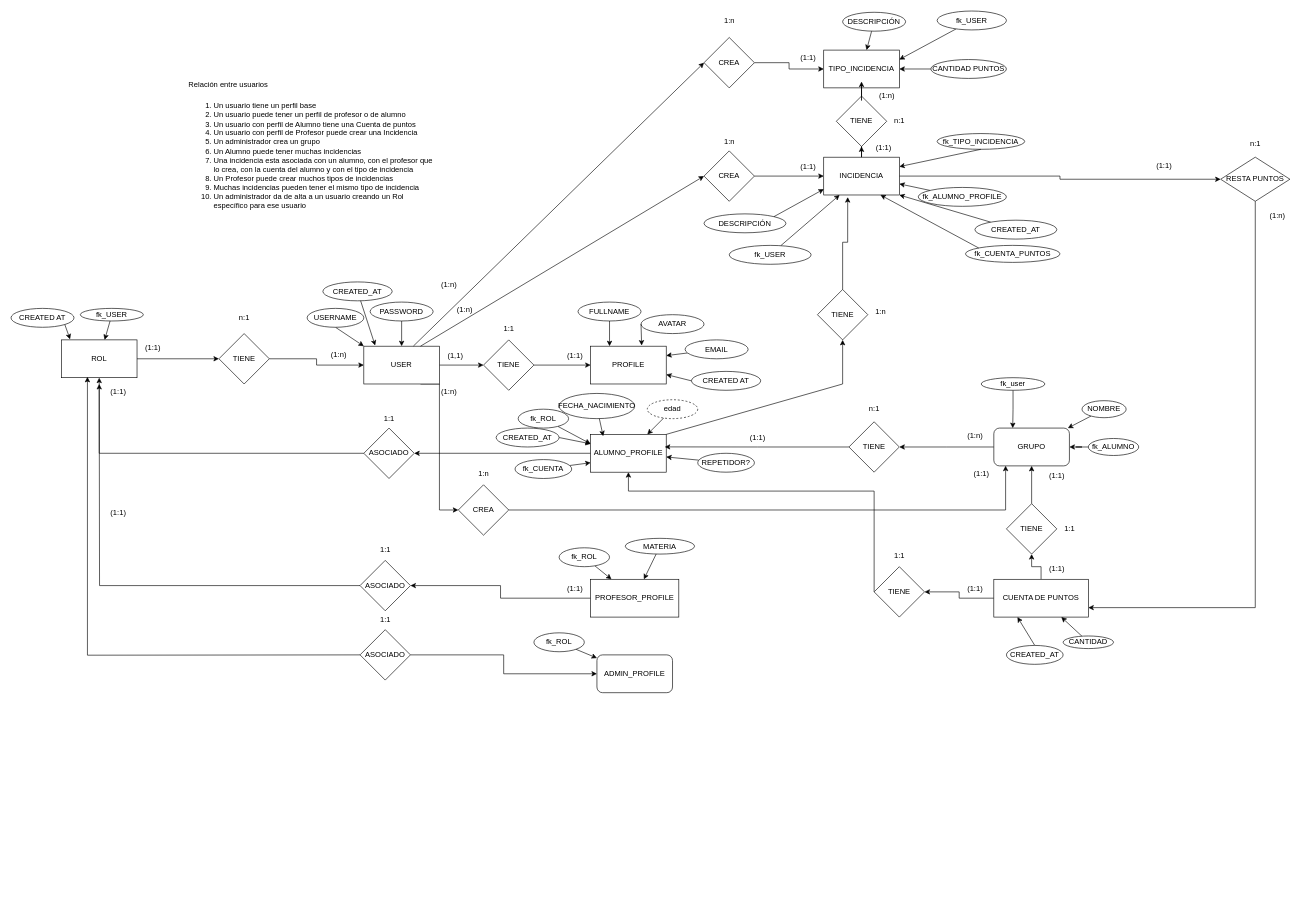
V4l3ntino/api-carnet-puntos keeps this draw.io diagram as DIAGRAMA-CARNET-PUNTOS.drawio. Above is the earlier version. Source tidied: cells renumbered, new cells numbered last; positions are measured from the earlier drawing's top-left corner, leaving out a move shared by most shapes. Both pictures are drawn from the tidied source at 63%, with x=0, y=0 at pixel (11, 11).
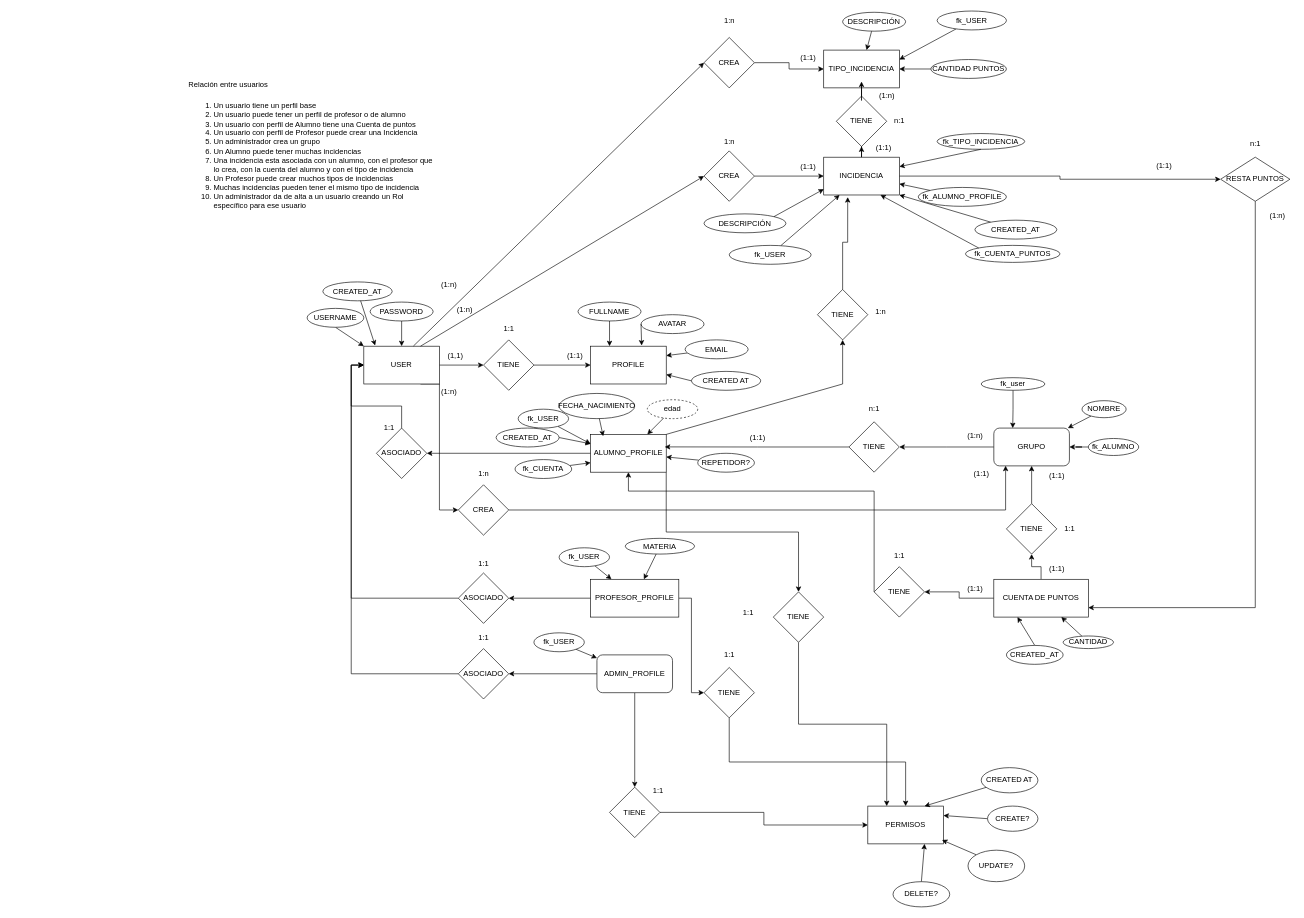
Above is the later version.

Commit message:
Elimino la tabla Rol porque sobra

The change refers to these unchanged cells:
```xml
<mxCell id="5" value="USER" style="whiteSpace=wrap;html=1;" parent="1" vertex="1">
  <mxGeometry x="560" y="532" width="120" height="60" as="geometry" />
</mxCell>
<mxCell id="35" value="ALUMNO_PROFILE" style="whiteSpace=wrap;html=1;" parent="1" vertex="1">
  <mxGeometry x="920" y="672" width="120" height="60" as="geometry" />
</mxCell>
<mxCell id="37" value="PROFESOR_PROFILE" style="whiteSpace=wrap;html=1;" parent="1" vertex="1">
  <mxGeometry x="920" y="902" width="140" height="60" as="geometry" />
</mxCell>
<mxCell id="57" value="ADMIN_PROFILE" style="rounded=1;whiteSpace=wrap;html=1;" parent="1" vertex="1">
  <mxGeometry x="930" y="1022" width="120" height="60" as="geometry" />
</mxCell>
```

Diff of the diagram source:
```diff
@@
-    <mxCell id="22" style="edgeStyle=orthogonalEdgeStyle;rounded=0;jettySize=auto;html=1;exitX=1;exitY=0.5;exitDx=0;exitDy=0;entryX=0;entryY=0.5;entryDx=0;entryDy=0;" parent="1" edge="1" source="23" target="5">
-      <mxGeometry relative="1" as="geometry" />
-    </mxCell>
-    <mxCell id="23" value="TIENE" style="rhombus;whiteSpace=wrap;html=1;" parent="1" vertex="1">
-      <mxGeometry x="330" y="512" width="80" height="80" as="geometry" />
-    </mxCell>
-    <mxCell id="24" style="edgeStyle=orthogonalEdgeStyle;rounded=0;jettySize=auto;html=1;exitX=1;exitY=0.5;exitDx=0;exitDy=0;entryX=0;entryY=0.5;entryDx=0;entryDy=0;" parent="1" edge="1" source="25" target="23">
-      <mxGeometry relative="1" as="geometry" />
-    </mxCell>
-    <mxCell id="25" value="ROL" style="whiteSpace=wrap;html=1;" parent="1" vertex="1">
-      <mxGeometry x="80" y="522" width="120" height="60" as="geometry" />
-    </mxCell>
-    <mxCell id="26" value="CREATED AT" style="ellipse;whiteSpace=wrap;html=1;" parent="1" vertex="1">
-      <mxGeometry y="472" width="100" height="30" as="geometry" />
-    </mxCell>
-    <mxCell id="27" value="(1:1)" style="text;html=1;align=center;verticalAlign=middle;strokeColor=none;fillColor=none;" parent="1" vertex="1">
-      <mxGeometry x="200" y="520" width="50" height="30" as="geometry" />
-    </mxCell>
-    <mxCell id="28" value="(1:n)" style="text;html=1;align=center;verticalAlign=middle;strokeColor=none;fillColor=none;" parent="1" vertex="1">
-      <mxGeometry x="495" y="530" width="50" height="30" as="geometry" />
-    </mxCell>
-    <mxCell id="29" value="n:1" style="text;html=1;align=center;verticalAlign=middle;strokeColor=none;fillColor=none;" parent="1" vertex="1">
-      <mxGeometry x="350" y="472" width="40" height="30" as="geometry" />
-    </mxCell>
-    <mxCell id="30" style="rounded=0;jettySize=auto;html=1;" parent="1" edge="1" source="31" target="25">
-      <mxGeometry relative="1" as="geometry" />
-    </mxCell>
-    <mxCell id="31" value="fk_USER" style="ellipse;whiteSpace=wrap;html=1;" parent="1" vertex="1">
-      <mxGeometry x="110" y="472" width="100" height="20" as="geometry" />
-    </mxCell>
-    <mxCell id="32" style="rounded=0;jettySize=auto;html=1;exitX=1;exitY=1;exitDx=0;exitDy=0;entryX=0.115;entryY=-0.015;entryDx=0;entryDy=0;entryPerimeter=0;" parent="1" edge="1" source="26" target="25">
-      <mxGeometry relative="1" as="geometry" />
-    </mxCell>
-    <mxCell id="33" style="edgeStyle=orthogonalEdgeStyle;rounded=0;jettySize=auto;html=1;entryX=1;entryY=0.5;entryDx=0;entryDy=0;" parent="1" edge="1" source="35" target="39">
-      <mxGeometry relative="1" as="geometry" />
-    </mxCell>
@@
+    <mxCell id="156" style="edgeStyle=orthogonalEdgeStyle;rounded=0;jettySize=auto;html=1;exitX=1;exitY=1;exitDx=0;exitDy=0;entryX=0.5;entryY=0;entryDx=0;entryDy=0;" parent="1" edge="1" source="35" target="176">
+      <mxGeometry relative="1" as="geometry" />
+    </mxCell>
+    <mxCell id="157" style="edgeStyle=orthogonalEdgeStyle;rounded=0;jettySize=auto;html=1;entryX=1;entryY=0.5;entryDx=0;entryDy=0;" parent="1" edge="1" source="35" target="180">
+      <mxGeometry relative="1" as="geometry" />
+    </mxCell>
@@
-    <mxCell id="36" style="edgeStyle=orthogonalEdgeStyle;rounded=0;jettySize=auto;html=1;entryX=1;entryY=0.5;entryDx=0;entryDy=0;" parent="1" edge="1" source="37" target="41">
-      <mxGeometry relative="1" as="geometry" />
-    </mxCell>
+    <mxCell id="158" style="edgeStyle=orthogonalEdgeStyle;rounded=0;jettySize=auto;html=1;exitX=1;exitY=0.5;exitDx=0;exitDy=0;entryX=0;entryY=0.5;entryDx=0;entryDy=0;" parent="1" edge="1" source="37" target="173">
+      <mxGeometry relative="1" as="geometry" />
+    </mxCell>
+    <mxCell id="159" style="edgeStyle=orthogonalEdgeStyle;rounded=0;jettySize=auto;html=1;entryX=1;entryY=0.5;entryDx=0;entryDy=0;" parent="1" edge="1" source="37" target="183">
+      <mxGeometry relative="1" as="geometry" />
+    </mxCell>
@@
-    <mxCell id="38" style="edgeStyle=orthogonalEdgeStyle;rounded=0;jettySize=auto;html=1;entryX=0.5;entryY=1;entryDx=0;entryDy=0;" parent="1" edge="1" source="39" target="25">
-      <mxGeometry relative="1" as="geometry" />
-    </mxCell>
-    <mxCell id="39" value="ASOCIADO" style="rhombus;whiteSpace=wrap;html=1;" parent="1" vertex="1">
-      <mxGeometry x="560" y="662" width="80" height="80" as="geometry" />
-    </mxCell>
-    <mxCell id="40" style="edgeStyle=orthogonalEdgeStyle;rounded=0;jettySize=auto;html=1;" parent="1" edge="1" source="41">
-      <mxGeometry relative="1" as="geometry">
-        <mxPoint x="140" y="592" as="targetPoint" />
-      </mxGeometry>
-    </mxCell>
-    <mxCell id="41" value="ASOCIADO" style="rhombus;whiteSpace=wrap;html=1;" parent="1" vertex="1">
-      <mxGeometry x="554" y="872" width="80" height="80" as="geometry" />
-    </mxCell>
-    <mxCell id="42" value="(1:1)" style="text;html=1;align=center;verticalAlign=middle;strokeColor=none;fillColor=none;" parent="1" vertex="1">
-      <mxGeometry x="145" y="590" width="50" height="30" as="geometry" />
-    </mxCell>
-    <mxCell id="43" value="1:1" style="text;html=1;align=center;verticalAlign=middle;strokeColor=none;fillColor=none;" parent="1" vertex="1">
-      <mxGeometry x="580" y="632" width="40" height="30" as="geometry" />
-    </mxCell>
-    <mxCell id="44" value="(1:1)" style="text;html=1;align=center;verticalAlign=middle;strokeColor=none;fillColor=none;" parent="1" vertex="1">
-      <mxGeometry x="145" y="782" width="50" height="30" as="geometry" />
-    </mxCell>
-    <mxCell id="45" value="(1:1)" style="text;html=1;align=center;verticalAlign=middle;strokeColor=none;fillColor=none;" parent="1" vertex="1">
-      <mxGeometry x="870" y="902" width="50" height="30" as="geometry" />
-    </mxCell>
-    <mxCell id="46" value="1:1" style="text;html=1;align=center;verticalAlign=middle;strokeColor=none;fillColor=none;" parent="1" vertex="1">
-      <mxGeometry x="574" y="840" width="40" height="30" as="geometry" />
-    </mxCell>
@@
-    <mxCell id="48" value="fk_ROL" style="ellipse;whiteSpace=wrap;html=1;" parent="1" vertex="1">
+    <mxCell id="48" value="fk_USER" style="ellipse;whiteSpace=wrap;html=1;" parent="1" vertex="1">
       <mxGeometry x="805" y="632" width="80" height="30" as="geometry" />
     </mxCell>
@@
-    <mxCell id="50" value="fk_ROL" style="ellipse;whiteSpace=wrap;html=1;" parent="1" vertex="1">
+    <mxCell id="50" value="fk_USER" style="ellipse;whiteSpace=wrap;html=1;" parent="1" vertex="1">
       <mxGeometry x="870" y="852" width="80" height="30" as="geometry" />
     </mxCell>
@@
+    <mxCell id="160" style="edgeStyle=orthogonalEdgeStyle;rounded=0;jettySize=auto;html=1;exitX=0.5;exitY=1;exitDx=0;exitDy=0;entryX=0.5;entryY=0;entryDx=0;entryDy=0;" parent="1" edge="1" source="57" target="170">
+      <mxGeometry relative="1" as="geometry" />
+    </mxCell>
+    <mxCell id="161" style="edgeStyle=orthogonalEdgeStyle;rounded=0;jettySize=auto;html=1;entryX=1;entryY=0.5;entryDx=0;entryDy=0;" parent="1" edge="1" source="57" target="185">
+      <mxGeometry relative="1" as="geometry" />
+    </mxCell>
@@
-    <mxCell id="59" value="fk_ROL" style="ellipse;whiteSpace=wrap;html=1;" parent="1" vertex="1">
+    <mxCell id="59" value="fk_USER" style="ellipse;whiteSpace=wrap;html=1;" parent="1" vertex="1">
       <mxGeometry x="830" y="987" width="80" height="30" as="geometry" />
     </mxCell>
-    <mxCell id="60" style="edgeStyle=orthogonalEdgeStyle;rounded=0;jettySize=auto;html=1;entryX=0.344;entryY=0.979;entryDx=0;entryDy=0;entryPerimeter=0;" parent="1" edge="1" target="25">
-      <mxGeometry relative="1" as="geometry">
-        <mxPoint x="554" y="1022" as="sourcePoint" />
-      </mxGeometry>
-    </mxCell>
-    <mxCell id="61" style="edgeStyle=orthogonalEdgeStyle;rounded=0;jettySize=auto;html=1;entryX=0;entryY=0.5;entryDx=0;entryDy=0;" parent="1" edge="1" source="62" target="57">
-      <mxGeometry relative="1" as="geometry" />
-    </mxCell>
-    <mxCell id="62" value="ASOCIADO" style="rhombus;whiteSpace=wrap;html=1;" parent="1" vertex="1">
-      <mxGeometry x="554" y="982" width="80" height="80" as="geometry" />
-    </mxCell>
-    <mxCell id="63" value="1:1" style="text;html=1;align=center;verticalAlign=middle;strokeColor=none;fillColor=none;" parent="1" vertex="1">
-      <mxGeometry x="574" y="952" width="40" height="30" as="geometry" />
-    </mxCell>
@@
+    <mxCell id="162" value="PERMISOS" style="whiteSpace=wrap;html=1;" parent="1" vertex="1">
+      <mxGeometry x="1360" y="1262" width="120" height="60" as="geometry" />
+    </mxCell>
+    <mxCell id="163" style="rounded=0;jettySize=auto;html=1;exitX=0;exitY=0.5;exitDx=0;exitDy=0;entryX=1;entryY=0.25;entryDx=0;entryDy=0;" parent="1" edge="1" source="164" target="162">
+      <mxGeometry relative="1" as="geometry" />
+    </mxCell>
+    <mxCell id="164" value="CREATE?" style="ellipse;whiteSpace=wrap;html=1;" parent="1" vertex="1">
+      <mxGeometry x="1550" y="1262" width="80" height="40" as="geometry" />
+    </mxCell>
+    <mxCell id="165" style="rounded=0;jettySize=auto;html=1;exitX=0;exitY=0;exitDx=0;exitDy=0;entryX=0.982;entryY=0.898;entryDx=0;entryDy=0;entryPerimeter=0;" parent="1" edge="1" source="166" target="162">
+      <mxGeometry relative="1" as="geometry" />
+    </mxCell>
+    <mxCell id="166" value="UPDATE?" style="ellipse;whiteSpace=wrap;html=1;" parent="1" vertex="1">
+      <mxGeometry x="1519" y="1332" width="90" height="50" as="geometry" />
+    </mxCell>
+    <mxCell id="167" style="rounded=0;jettySize=auto;html=1;exitX=0.5;exitY=0;exitDx=0;exitDy=0;entryX=0.75;entryY=1;entryDx=0;entryDy=0;" parent="1" edge="1" source="168" target="162">
+      <mxGeometry relative="1" as="geometry" />
+    </mxCell>
+    <mxCell id="168" value="DELETE?" style="ellipse;whiteSpace=wrap;html=1;" parent="1" vertex="1">
+      <mxGeometry x="1400" y="1382" width="90" height="40" as="geometry" />
+    </mxCell>
+    <mxCell id="169" style="edgeStyle=orthogonalEdgeStyle;rounded=0;jettySize=auto;html=1;exitX=1;exitY=0.5;exitDx=0;exitDy=0;entryX=0;entryY=0.5;entryDx=0;entryDy=0;" parent="1" edge="1" source="170" target="162">
+      <mxGeometry relative="1" as="geometry" />
+    </mxCell>
+    <mxCell id="170" value="TIENE" style="rhombus;whiteSpace=wrap;html=1;" parent="1" vertex="1">
+      <mxGeometry x="950" y="1232" width="80" height="80" as="geometry" />
+    </mxCell>
+    <mxCell id="171" value="1:1" style="text;html=1;align=center;verticalAlign=middle;strokeColor=none;fillColor=none;" parent="1" vertex="1">
+      <mxGeometry x="1007" y="1222" width="40" height="30" as="geometry" />
+    </mxCell>
+    <mxCell id="172" style="edgeStyle=orthogonalEdgeStyle;rounded=0;jettySize=auto;html=1;exitX=0.5;exitY=1;exitDx=0;exitDy=0;entryX=0.5;entryY=0;entryDx=0;entryDy=0;" parent="1" edge="1" source="173" target="162">
+      <mxGeometry relative="1" as="geometry" />
+    </mxCell>
+    <mxCell id="173" value="TIENE" style="rhombus;whiteSpace=wrap;html=1;" parent="1" vertex="1">
+      <mxGeometry x="1100" y="1042" width="80" height="80" as="geometry" />
+    </mxCell>
+    <mxCell id="174" value="1:1" style="text;html=1;align=center;verticalAlign=middle;strokeColor=none;fillColor=none;" parent="1" vertex="1">
+      <mxGeometry x="1120" y="1007" width="40" height="30" as="geometry" />
+    </mxCell>
+    <mxCell id="175" style="edgeStyle=orthogonalEdgeStyle;rounded=0;jettySize=auto;html=1;exitX=0.5;exitY=1;exitDx=0;exitDy=0;entryX=0.25;entryY=0;entryDx=0;entryDy=0;" parent="1" edge="1" source="176" target="162">
+      <mxGeometry relative="1" as="geometry" />
+    </mxCell>
+    <mxCell id="176" value="TIENE" style="rhombus;whiteSpace=wrap;html=1;" parent="1" vertex="1">
+      <mxGeometry x="1210" y="922" width="80" height="80" as="geometry" />
+    </mxCell>
+    <mxCell id="177" value="1:1" style="text;html=1;align=center;verticalAlign=middle;strokeColor=none;fillColor=none;" parent="1" vertex="1">
+      <mxGeometry x="1150" y="940" width="40" height="30" as="geometry" />
+    </mxCell>
+    <mxCell id="178" style="rounded=0;jettySize=auto;html=1;entryX=0.75;entryY=0;entryDx=0;entryDy=0;" parent="1" edge="1" source="26" target="162">
+      <mxGeometry relative="1" as="geometry" />
+    </mxCell>
+    <mxCell id="26" value="CREATED AT" style="ellipse;whiteSpace=wrap;html=1;" parent="1" vertex="1">
+      <mxGeometry x="1540" y="1201" width="90" height="40" as="geometry" />
+    </mxCell>
+    <mxCell id="179" style="edgeStyle=orthogonalEdgeStyle;rounded=0;jettySize=auto;html=1;entryX=0;entryY=0.5;entryDx=0;entryDy=0;" parent="1" edge="1" source="180" target="5">
+      <mxGeometry relative="1" as="geometry" />
+    </mxCell>
+    <mxCell id="180" value="ASOCIADO" style="rhombus;whiteSpace=wrap;html=1;" parent="1" vertex="1">
+      <mxGeometry x="580" y="662" width="80" height="80" as="geometry" />
+    </mxCell>
+    <mxCell id="181" value="1:1" style="text;html=1;align=center;verticalAlign=middle;strokeColor=none;fillColor=none;" parent="1" vertex="1">
+      <mxGeometry x="580" y="645.5" width="40" height="30" as="geometry" />
+    </mxCell>
+    <mxCell id="182" style="edgeStyle=orthogonalEdgeStyle;rounded=0;jettySize=auto;html=1;entryX=0;entryY=0.5;entryDx=0;entryDy=0;" parent="1" edge="1" source="183" target="5">
+      <mxGeometry relative="1" as="geometry" />
+    </mxCell>
+    <mxCell id="183" value="ASOCIADO" style="rhombus;whiteSpace=wrap;html=1;" parent="1" vertex="1">
+      <mxGeometry x="710" y="892" width="80" height="80" as="geometry" />
+    </mxCell>
+    <mxCell id="184" style="edgeStyle=orthogonalEdgeStyle;rounded=0;jettySize=auto;html=1;entryX=0;entryY=0.5;entryDx=0;entryDy=0;" parent="1" edge="1" source="185" target="5">
+      <mxGeometry relative="1" as="geometry" />
+    </mxCell>
+    <mxCell id="185" value="ASOCIADO" style="rhombus;whiteSpace=wrap;html=1;" parent="1" vertex="1">
+      <mxGeometry x="710" y="1012" width="80" height="80" as="geometry" />
+    </mxCell>
+    <mxCell id="186" value="1:1" style="text;html=1;align=center;verticalAlign=middle;strokeColor=none;fillColor=none;" parent="1" vertex="1">
+      <mxGeometry x="730" y="862" width="40" height="30" as="geometry" />
+    </mxCell>
+    <mxCell id="187" value="1:1" style="text;html=1;align=center;verticalAlign=middle;strokeColor=none;fillColor=none;" parent="1" vertex="1">
+      <mxGeometry x="730" y="980" width="40" height="30" as="geometry" />
+    </mxCell>
```
